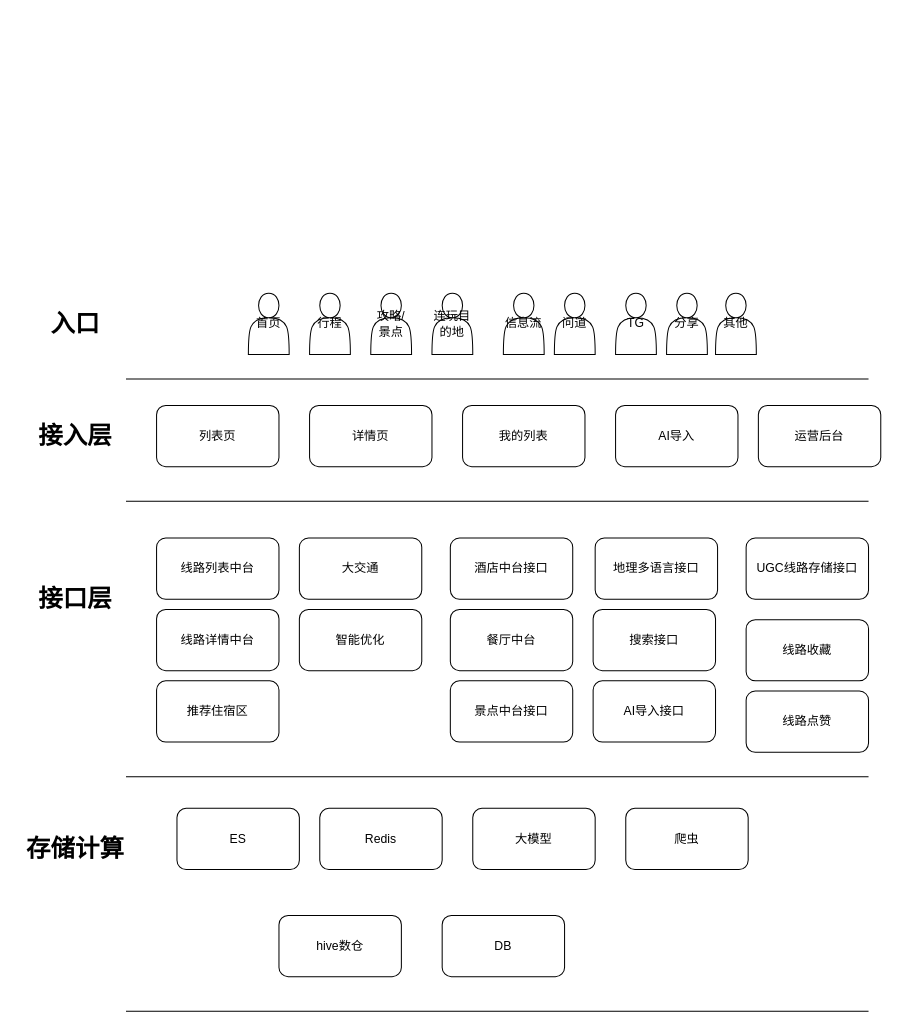
Earlier version of the draw.io diagram page "线路架构图" (3 of 3) of 线路数据流.drawio (tsafo/demo). Source tidied: cells renumbered, new cells numbered last; positions are measured from the earlier drawing's top-left corner, leaving out a move shared by most shapes. Both pictures are drawn from the tidied source at 102%, with x=0, y=0 at pixel (23, 293).
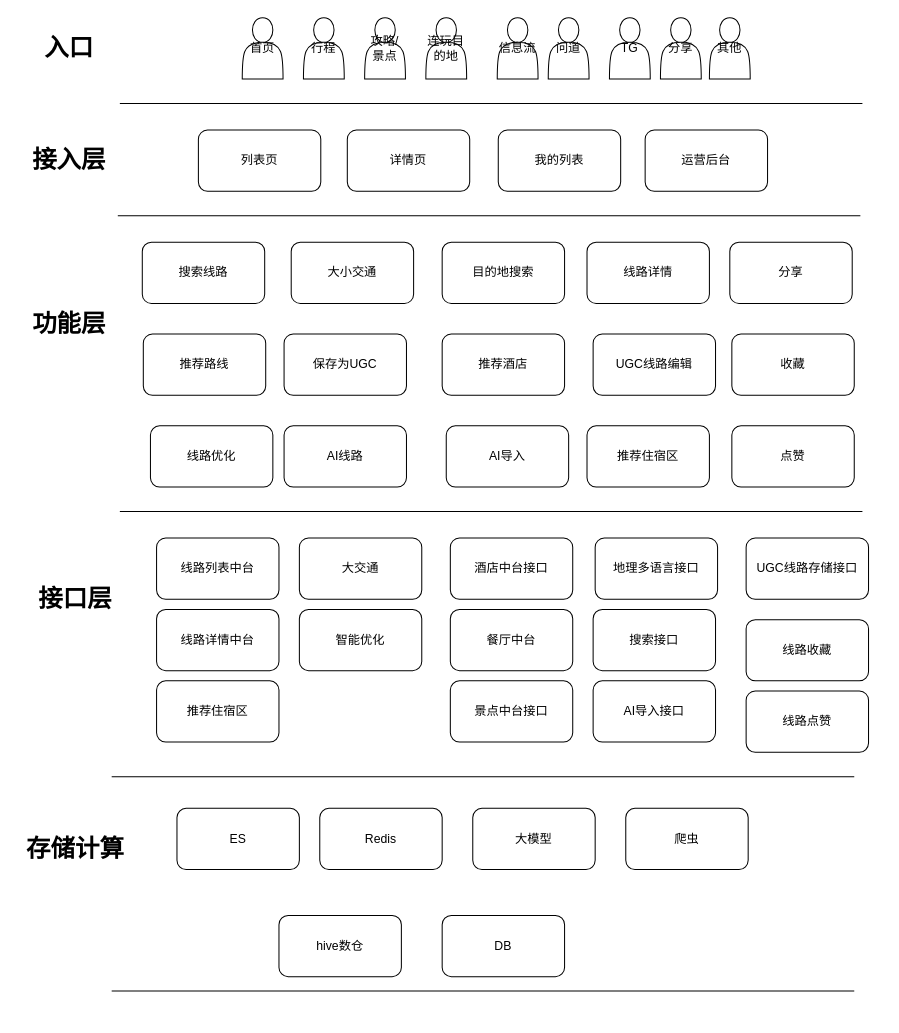
Above is the later version.

Commit message:
更新线路数据流.drawio

Change to the diagram source:
```diff
@@
     <mxCell id="6" value="列表页" style="rounded=1;whiteSpace=wrap;html=1;" parent="1" vertex="1">
-      <mxGeometry x="130" y="110" width="120" height="60" as="geometry" />
+      <mxGeometry x="171" y="-160" width="120" height="60" as="geometry" />
     </mxCell>
     <mxCell id="7" value="详情页" style="rounded=1;whiteSpace=wrap;html=1;" parent="1" vertex="1">
-      <mxGeometry x="280" y="110" width="120" height="60" as="geometry" />
+      <mxGeometry x="317" y="-160" width="120" height="60" as="geometry" />
     </mxCell>
@@
     <mxCell id="15" value="首页" style="shape=actor;whiteSpace=wrap;html=1;" parent="1" vertex="1">
-      <mxGeometry x="220" width="40" height="60" as="geometry" />
+      <mxGeometry x="214" y="-270" width="40" height="60" as="geometry" />
     </mxCell>
     <mxCell id="16" value="行程" style="shape=actor;whiteSpace=wrap;html=1;" parent="1" vertex="1">
-      <mxGeometry x="280" width="40" height="60" as="geometry" />
+      <mxGeometry x="274" y="-270" width="40" height="60" as="geometry" />
     </mxCell>
     <mxCell id="17" value="攻略/景点" style="shape=actor;whiteSpace=wrap;html=1;" parent="1" vertex="1">
-      <mxGeometry x="340" width="40" height="60" as="geometry" />
+      <mxGeometry x="334" y="-270" width="40" height="60" as="geometry" />
     </mxCell>
     <mxCell id="18" value="连玩目的地" style="shape=actor;whiteSpace=wrap;html=1;" parent="1" vertex="1">
-      <mxGeometry x="400" width="40" height="60" as="geometry" />
+      <mxGeometry x="394" y="-270" width="40" height="60" as="geometry" />
     </mxCell>
     <mxCell id="19" value="信息流" style="shape=actor;whiteSpace=wrap;html=1;" parent="1" vertex="1">
-      <mxGeometry x="470" width="40" height="60" as="geometry" />
+      <mxGeometry x="464" y="-270" width="40" height="60" as="geometry" />
     </mxCell>
     <mxCell id="20" value="问道" style="shape=actor;whiteSpace=wrap;html=1;" parent="1" vertex="1">
-      <mxGeometry x="520" width="40" height="60" as="geometry" />
+      <mxGeometry x="514" y="-270" width="40" height="60" as="geometry" />
     </mxCell>
     <mxCell id="21" value="TG" style="shape=actor;whiteSpace=wrap;html=1;" parent="1" vertex="1">
-      <mxGeometry x="580" width="40" height="60" as="geometry" />
+      <mxGeometry x="574" y="-270" width="40" height="60" as="geometry" />
     </mxCell>
     <mxCell id="22" value="分享" style="shape=actor;whiteSpace=wrap;html=1;" parent="1" vertex="1">
-      <mxGeometry x="630" width="40" height="60" as="geometry" />
+      <mxGeometry x="624" y="-270" width="40" height="60" as="geometry" />
     </mxCell>
     <mxCell id="23" value="我的列表" style="rounded=1;whiteSpace=wrap;html=1;" parent="1" vertex="1">
-      <mxGeometry x="430" y="110" width="120" height="60" as="geometry" />
+      <mxGeometry x="465" y="-160" width="120" height="60" as="geometry" />
     </mxCell>
@@
-    <mxCell id="27" value="AI导入" style="rounded=1;whiteSpace=wrap;html=1;" parent="1" vertex="1">
-      <mxGeometry x="580" y="110" width="120" height="60" as="geometry" />
-    </mxCell>
@@
     <mxCell id="31" value="运营后台" style="rounded=1;whiteSpace=wrap;html=1;" parent="1" vertex="1">
-      <mxGeometry x="720" y="110" width="120" height="60" as="geometry" />
+      <mxGeometry x="609" y="-160" width="120" height="60" as="geometry" />
     </mxCell>
     <mxCell id="32" value="入口" style="text;strokeColor=none;fillColor=none;html=1;fontSize=24;fontStyle=1;verticalAlign=middle;align=center;" parent="1" vertex="1">
-      <mxGeometry y="10" width="100" height="40" as="geometry" />
+      <mxGeometry x="-6" y="-260" width="100" height="40" as="geometry" />
     </mxCell>
     <mxCell id="33" value="接入层" style="text;strokeColor=none;fillColor=none;html=1;fontSize=24;fontStyle=1;verticalAlign=middle;align=center;" parent="1" vertex="1">
-      <mxGeometry y="120" width="100" height="40" as="geometry" />
+      <mxGeometry x="-6" y="-150" width="100" height="40" as="geometry" />
     </mxCell>
@@
     <mxCell id="36" style="line;strokeWidth=1;fillColor=none;align=left;verticalAlign=middle;spacingTop=-1;spacingLeft=3;spacingRight=3;labelPosition=right;strokeColor=inherit;" parent="1" vertex="1">
-      <mxGeometry x="100" y="80" width="728" height="8" as="geometry" />
+      <mxGeometry x="94" y="-190" width="728" height="8" as="geometry" />
     </mxCell>
     <mxCell id="37" style="line;strokeWidth=1;fillColor=none;align=left;verticalAlign=middle;spacingTop=-1;spacingLeft=3;spacingRight=3;labelPosition=right;strokeColor=inherit;" parent="1" vertex="1">
-      <mxGeometry x="100" y="200" width="728" height="8" as="geometry" />
+      <mxGeometry x="92" y="-80" width="728" height="8" as="geometry" />
     </mxCell>
     <mxCell id="38" style="line;strokeWidth=1;fillColor=none;align=left;verticalAlign=middle;spacingTop=-1;spacingLeft=3;spacingRight=3;labelPosition=right;strokeColor=inherit;" parent="1" vertex="1">
-      <mxGeometry x="100" y="470" width="728" height="8" as="geometry" />
+      <mxGeometry x="86" y="470" width="728" height="8" as="geometry" />
     </mxCell>
     <mxCell id="39" style="line;strokeWidth=1;fillColor=none;align=left;verticalAlign=middle;spacingTop=-1;spacingLeft=3;spacingRight=3;labelPosition=right;strokeColor=inherit;" parent="1" vertex="1">
-      <mxGeometry x="100" y="700" width="728" height="8" as="geometry" />
+      <mxGeometry x="86" y="680" width="728" height="8" as="geometry" />
     </mxCell>
@@
     <mxCell id="42" value="其他" style="shape=actor;whiteSpace=wrap;html=1;" parent="1" vertex="1">
-      <mxGeometry x="678" width="40" height="60" as="geometry" />
+      <mxGeometry x="672" y="-270" width="40" height="60" as="geometry" />
     </mxCell>
@@
+    <mxCell id="44" style="line;strokeWidth=1;fillColor=none;align=left;verticalAlign=middle;spacingTop=-1;spacingLeft=3;spacingRight=3;labelPosition=right;strokeColor=inherit;" parent="1" vertex="1">
+      <mxGeometry x="94" y="210" width="728" height="8" as="geometry" />
+    </mxCell>
+    <mxCell id="45" value="功能层" style="text;strokeColor=none;fillColor=none;html=1;fontSize=24;fontStyle=1;verticalAlign=middle;align=center;" parent="1" vertex="1">
+      <mxGeometry x="-6" y="10" width="100" height="40" as="geometry" />
+    </mxCell>
+    <mxCell id="46" value="搜索线路" style="rounded=1;whiteSpace=wrap;html=1;" parent="1" vertex="1">
+      <mxGeometry x="116" y="-50" width="120" height="60" as="geometry" />
+    </mxCell>
+    <mxCell id="47" value="推荐路线" style="rounded=1;whiteSpace=wrap;html=1;" parent="1" vertex="1">
+      <mxGeometry x="117" y="40" width="120" height="60" as="geometry" />
+    </mxCell>
+    <mxCell id="48" value="保存为UGC" style="rounded=1;whiteSpace=wrap;html=1;" parent="1" vertex="1">
+      <mxGeometry x="255" y="40" width="120" height="60" as="geometry" />
+    </mxCell>
+    <mxCell id="27" value="AI导入" style="rounded=1;whiteSpace=wrap;html=1;" parent="1" vertex="1">
+      <mxGeometry x="414" y="130" width="120" height="60" as="geometry" />
+    </mxCell>
+    <mxCell id="49" value="大小交通" style="rounded=1;whiteSpace=wrap;html=1;" parent="1" vertex="1">
+      <mxGeometry x="262" y="-50" width="120" height="60" as="geometry" />
+    </mxCell>
+    <mxCell id="50" value="线路详情" style="rounded=1;whiteSpace=wrap;html=1;" parent="1" vertex="1">
+      <mxGeometry x="552" y="-50" width="120" height="60" as="geometry" />
+    </mxCell>
+    <mxCell id="51" value="目的地搜索" style="rounded=1;whiteSpace=wrap;html=1;" parent="1" vertex="1">
+      <mxGeometry x="410" y="-50" width="120" height="60" as="geometry" />
+    </mxCell>
+    <mxCell id="52" value="AI线路" style="rounded=1;whiteSpace=wrap;html=1;" parent="1" vertex="1">
+      <mxGeometry x="255" y="130" width="120" height="60" as="geometry" />
+    </mxCell>
+    <mxCell id="53" value="线路优化" style="rounded=1;whiteSpace=wrap;html=1;" parent="1" vertex="1">
+      <mxGeometry x="124" y="130" width="120" height="60" as="geometry" />
+    </mxCell>
+    <mxCell id="54" value="UGC线路编辑" style="rounded=1;whiteSpace=wrap;html=1;" parent="1" vertex="1">
+      <mxGeometry x="558" y="40" width="120" height="60" as="geometry" />
+    </mxCell>
+    <mxCell id="55" value="推荐酒店" style="rounded=1;whiteSpace=wrap;html=1;" parent="1" vertex="1">
+      <mxGeometry x="410" y="40" width="120" height="60" as="geometry" />
+    </mxCell>
+    <mxCell id="56" value="推荐住宿区" style="rounded=1;whiteSpace=wrap;html=1;" parent="1" vertex="1">
+      <mxGeometry x="552" y="130" width="120" height="60" as="geometry" />
+    </mxCell>
+    <mxCell id="57" value="分享" style="rounded=1;whiteSpace=wrap;html=1;" parent="1" vertex="1">
+      <mxGeometry x="692" y="-50" width="120" height="60" as="geometry" />
+    </mxCell>
+    <mxCell id="58" value="收藏" style="rounded=1;whiteSpace=wrap;html=1;" parent="1" vertex="1">
+      <mxGeometry x="694" y="40" width="120" height="60" as="geometry" />
+    </mxCell>
+    <mxCell id="59" value="点赞" style="rounded=1;whiteSpace=wrap;html=1;" parent="1" vertex="1">
+      <mxGeometry x="694" y="130" width="120" height="60" as="geometry" />
+    </mxCell>
```
